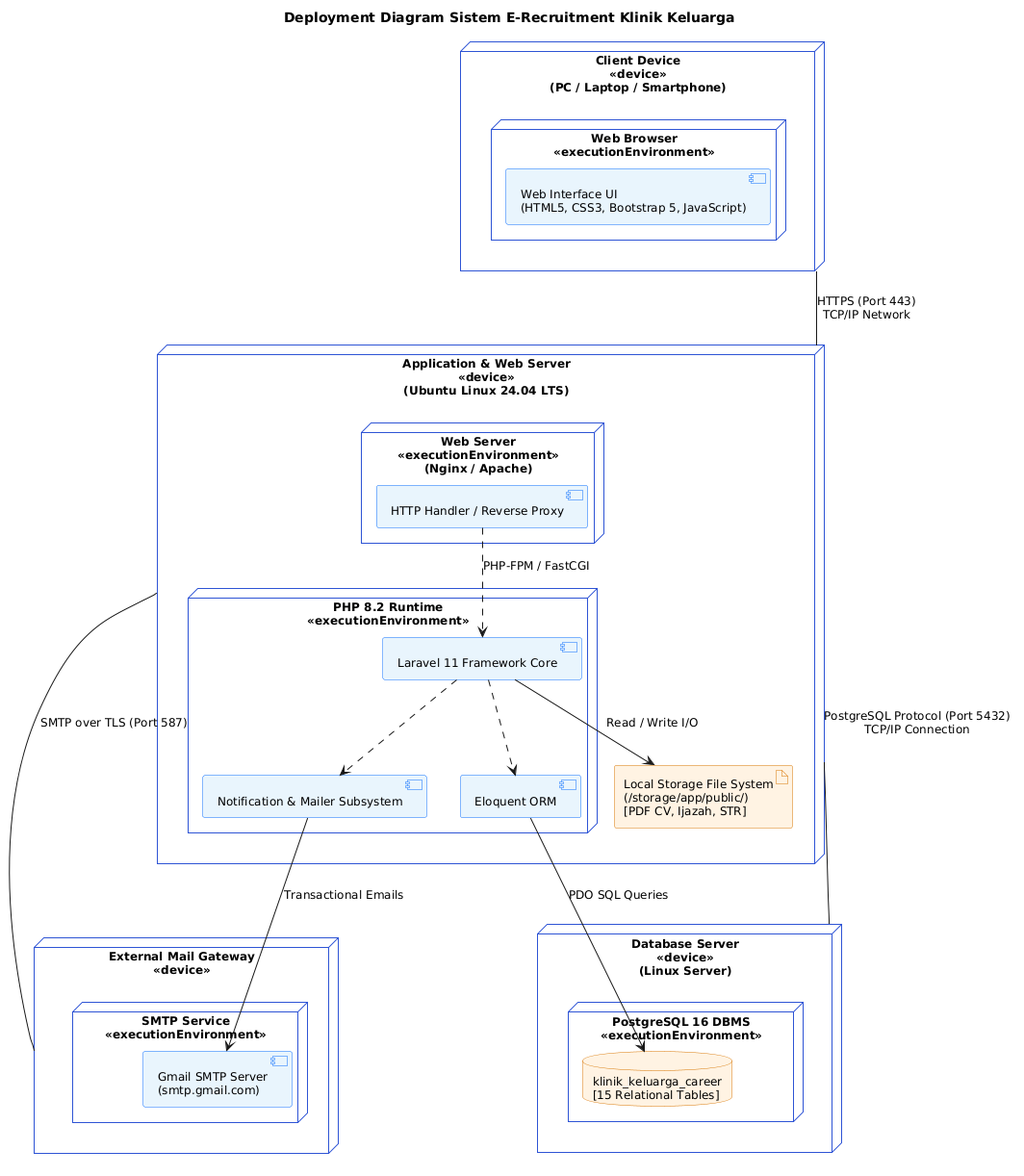
Madtive-Studio/klinik_keluarga_career keeps this PlantUML diagram as public/assets/diagrams/VP/Deployment_Diagram.png. Above is the earlier version. Its diagram source:
```plantuml
@startuml
skinparam defaultFontName Arial
skinparam defaultFontSize 12

skinparam node {
  BackgroundColor #FFFFFF
  BorderColor #2F55D4
}
skinparam component {
  BackgroundColor #E8F4FD
  BorderColor #0D6EFD
}
skinparam artifact {
  BackgroundColor #FEF3E2
  BorderColor #D97706
}
skinparam database {
  BackgroundColor #FEF3E2
  BorderColor #D97706
}

title Deployment Diagram Sistem E-Recruitment Klinik Keluarga

node "Client Device\n<<device>>\n(PC / Laptop / Smartphone)" as Client {
  node "Web Browser\n<<executionEnvironment>>" as Browser {
    component "Web Interface UI\n(HTML5, CSS3, Bootstrap 5, JavaScript)" as WebUI
  }
}

node "Application & Web Server\n<<device>>\n(Ubuntu Linux 24.04 LTS)" as AppServer {
  node "Web Server\n<<executionEnvironment>>\n(Nginx / Apache)" as WebServer {
    component "HTTP Handler / Reverse Proxy" as Proxy
  }

  node "PHP 8.2 Runtime\n<<executionEnvironment>>" as PHPEnv {
    component "Laravel 11 Framework Core" as LaravelCore
    component "Notification & Mailer Subsystem" as MailerSubsystem
    component "Eloquent ORM" as Eloquent
  }

  artifact "Local Storage File System\n(/storage/app/public/)\n[PDF CV, Ijazah, STR]" as Storage
}

node "Database Server\n<<device>>\n(Linux Server)" as DBServer {
  node "PostgreSQL 16 DBMS\n<<executionEnvironment>>" as PGEnv {
    database "klinik_keluarga_career\n[15 Relational Tables]" as Database
  }
}

node "External Mail Gateway\n<<device>>" as MailServer {
  node "SMTP Service\n<<executionEnvironment>>" as SMTPEnv {
    component "Gmail SMTP Server\n(smtp.gmail.com)" as GmailSMTP
  }
}

Client -- AppServer : "HTTPS (Port 443)\nTCP/IP Network"
Proxy ..> LaravelCore : "PHP-FPM / FastCGI"
LaravelCore ..> MailerSubsystem
LaravelCore ..> Eloquent
LaravelCore --> Storage : "Read / Write I/O"

AppServer -- DBServer : "PostgreSQL Protocol (Port 5432)\nTCP/IP Connection"
Eloquent --> Database : "PDO SQL Queries"

AppServer -- MailServer : "SMTP over TLS (Port 587)"
MailerSubsystem --> GmailSMTP : "Transactional Emails"
@enduml
```
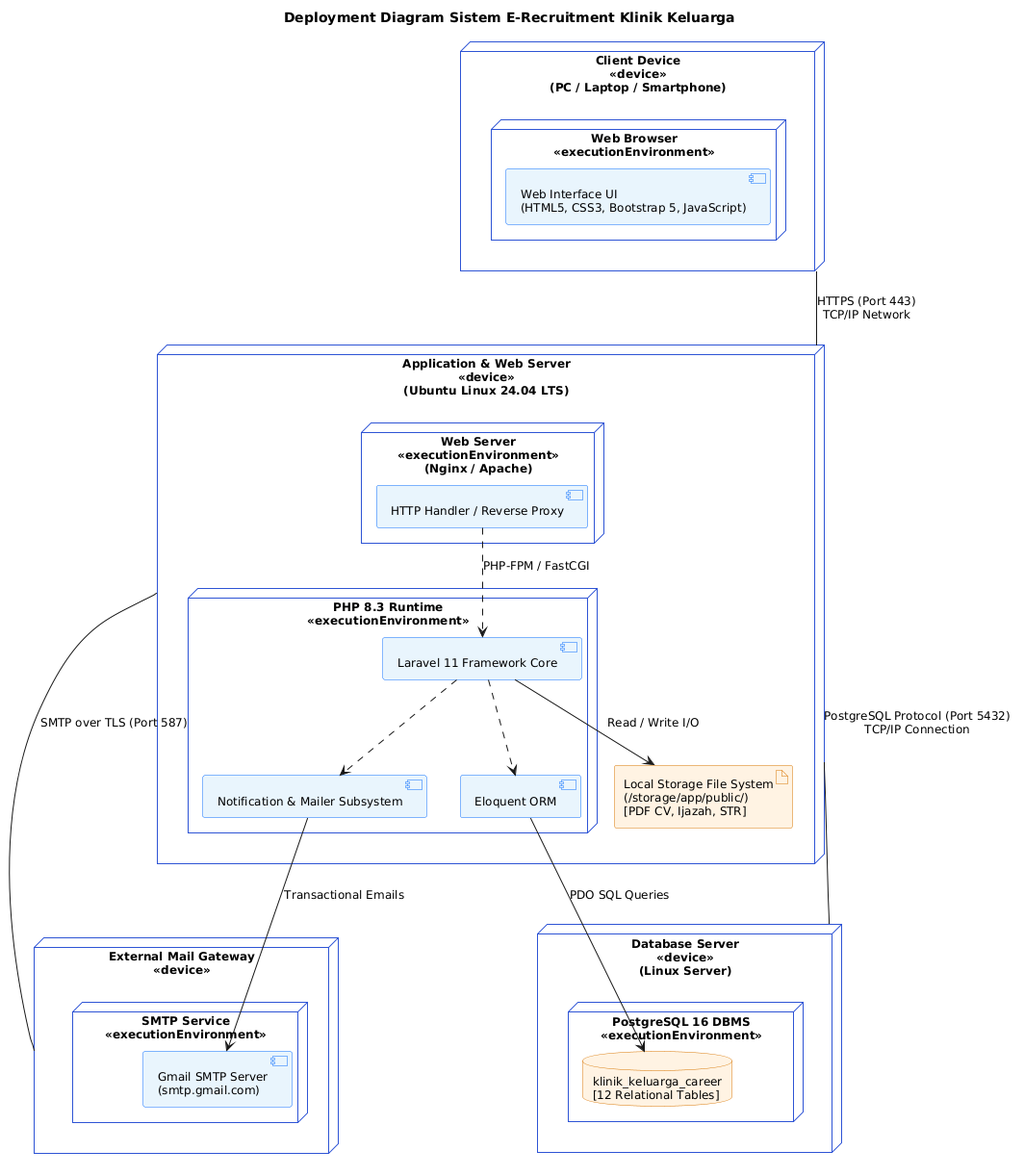
After the commit.

Commit message:
docs: sync deployment, class and sequence diagrams and report with codebase

The edit, as a diff of the source:
```diff
@@ -1,5 +1,5 @@
 @startuml
-skinparam defaultFontName Arial
+skinparam defaultFontName "DejaVu Sans"
 skinparam defaultFontSize 12
 
 skinparam node {
@@ -32,7 +32,7 @@
     component "HTTP Handler / Reverse Proxy" as Proxy
   }
 
-  node "PHP 8.2 Runtime\n<<executionEnvironment>>" as PHPEnv {
+  node "PHP 8.3 Runtime\n<<executionEnvironment>>" as PHPEnv {
     component "Laravel 11 Framework Core" as LaravelCore
     component "Notification & Mailer Subsystem" as MailerSubsystem
     component "Eloquent ORM" as Eloquent
@@ -43,7 +43,7 @@
 
 node "Database Server\n<<device>>\n(Linux Server)" as DBServer {
   node "PostgreSQL 16 DBMS\n<<executionEnvironment>>" as PGEnv {
-    database "klinik_keluarga_career\n[15 Relational Tables]" as Database
+    database "klinik_keluarga_career\n[12 Relational Tables]" as Database
   }
 }
 
@@ -64,4 +64,5 @@
 
 AppServer -- MailServer : "SMTP over TLS (Port 587)"
 MailerSubsystem --> GmailSMTP : "Transactional Emails"
+
 @enduml
```
